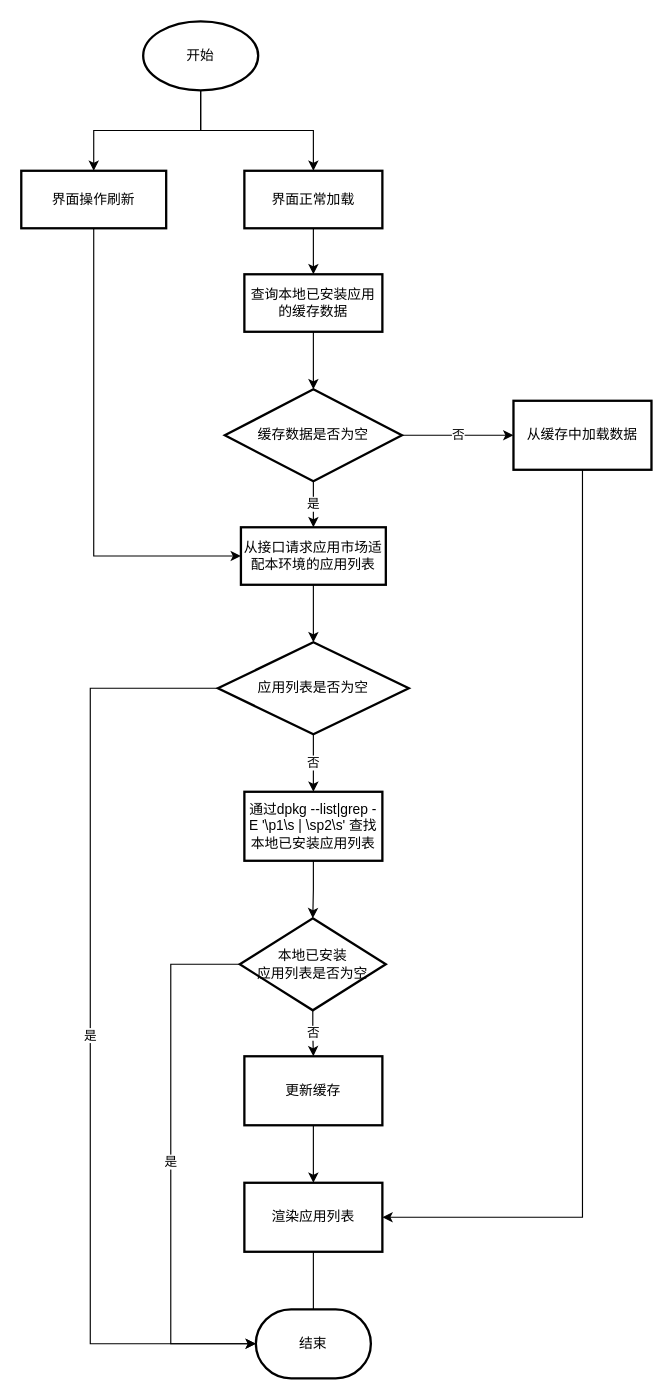
fzon0902/DRAWIO-PICS keeps this draw.io diagram as 应用市场/软件卸载界面数据加载流程.drawio. Above is the earlier version. Source tidied: cells renumbered, new cells numbered last; positions are measured from the earlier drawing's top-left corner, leaving out a move shared by most shapes. Both pictures are drawn from the tidied source at 115%, with x=0, y=0 at pixel (21, 21).
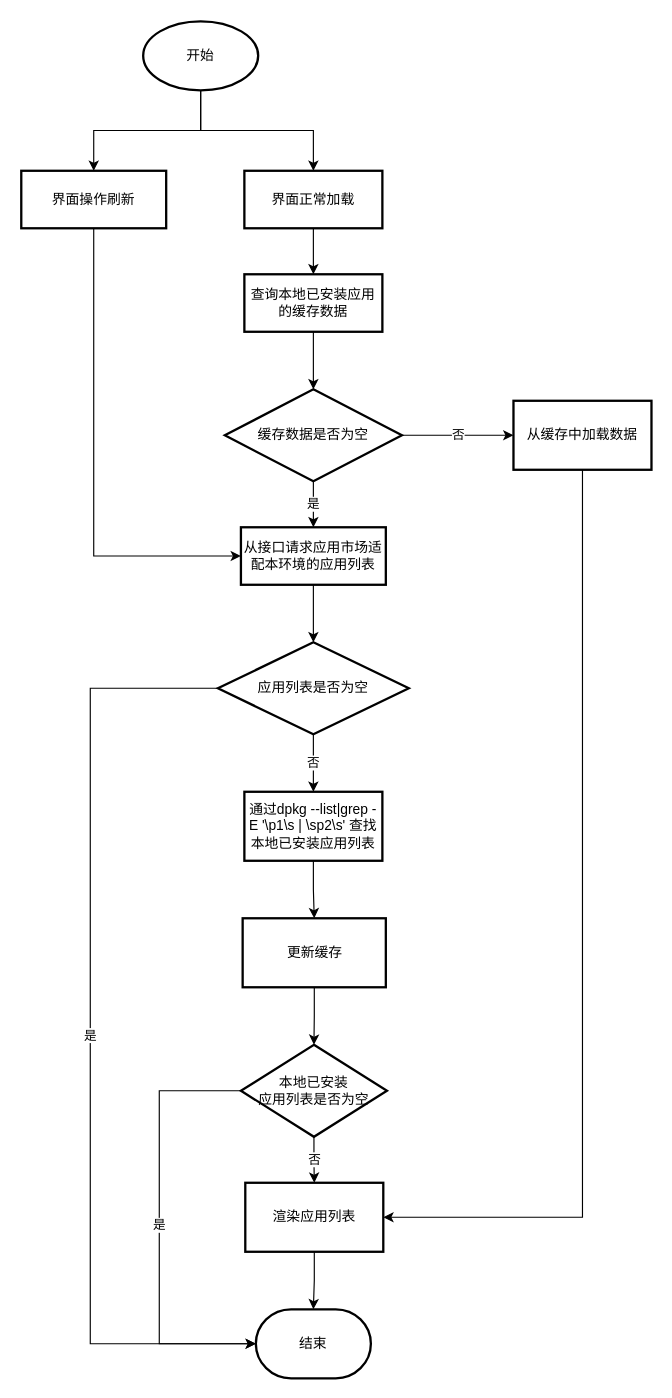
After the change.

Commit message:
更新软件卸载界面数据加载流程.drawio

Unchanged cells that the change refers to:
```xml
<mxCell id="16" value="通过dpkg --list|grep -E '\p1\s | \sp2\s' 查找本地已安装应用列表" style="whiteSpace=wrap;html=1;strokeWidth=2;" parent="1" vertex="1">
  <mxGeometry x="194" y="670" width="120" height="60" as="geometry" />
</mxCell>
<mxCell id="26" value="结束" style="strokeWidth=2;html=1;shape=mxgraph.flowchart.terminator;whiteSpace=wrap;" parent="1" vertex="1">
  <mxGeometry x="204" y="1120" width="100" height="60" as="geometry" />
</mxCell>
```

The edit, as a diff of the source:
```diff
@@
-    <mxCell id="15" style="edgeStyle=orthogonalEdgeStyle;rounded=0;jettySize=auto;html=1;" parent="1" edge="1" source="16" target="19">
-      <mxGeometry relative="1" as="geometry" />
-    </mxCell>
+    <mxCell id="31" style="edgeStyle=orthogonalEdgeStyle;rounded=0;jettySize=auto;html=1;entryX=0.5;entryY=0;entryDx=0;entryDy=0;" parent="1" edge="1" source="16" target="21">
+      <mxGeometry relative="1" as="geometry" />
+    </mxCell>
@@
-    <mxCell id="17" value="否" style="edgeStyle=orthogonalEdgeStyle;rounded=0;jettySize=auto;html=1;" parent="1" edge="1" source="19" target="21">
+    <mxCell id="17" value="否" style="edgeStyle=orthogonalEdgeStyle;rounded=0;jettySize=auto;html=1;entryX=0.5;entryY=0;entryDx=0;entryDy=0;" parent="1" edge="1" source="19" target="23">
       <mxGeometry relative="1" as="geometry" />
     </mxCell>
     <mxCell id="18" value="是" style="edgeStyle=orthogonalEdgeStyle;rounded=0;jettySize=auto;html=1;entryX=0;entryY=0.5;entryDx=0;entryDy=0;entryPerimeter=0;" parent="1" edge="1" source="19" target="26">
       <mxGeometry relative="1" as="geometry">
         <Array as="points">
-          <mxPoint x="130" y="820" />
-          <mxPoint x="130" y="1150" />
+          <mxPoint x="120" y="930" />
+          <mxPoint x="120" y="1150" />
         </Array>
       </mxGeometry>
     </mxCell>
     <mxCell id="19" value="本地已安装&lt;br&gt;应用列表是否为空" style="rhombus;whiteSpace=wrap;html=1;strokeWidth=2;" parent="1" vertex="1">
-      <mxGeometry x="190" y="780" width="127" height="80" as="geometry" />
+      <mxGeometry x="191" y="890" width="127" height="80" as="geometry" />
     </mxCell>
-    <mxCell id="20" style="edgeStyle=orthogonalEdgeStyle;rounded=0;jettySize=auto;html=1;" parent="1" edge="1" source="21" target="23">
-      <mxGeometry relative="1" as="geometry" />
-    </mxCell>
+    <mxCell id="32" style="edgeStyle=orthogonalEdgeStyle;rounded=0;jettySize=auto;html=1;entryX=0.5;entryY=0;entryDx=0;entryDy=0;" parent="1" edge="1" source="21" target="19">
+      <mxGeometry relative="1" as="geometry" />
+    </mxCell>
     <mxCell id="21" value="更新缓存" style="whiteSpace=wrap;html=1;strokeWidth=2;" parent="1" vertex="1">
-      <mxGeometry x="194" y="900" width="120" height="60" as="geometry" />
+      <mxGeometry x="192.5" y="780" width="124.5" height="60" as="geometry" />
     </mxCell>
-    <mxCell id="22" style="edgeStyle=orthogonalEdgeStyle;rounded=0;jettySize=auto;html=1;entryX=0.5;entryY=0.167;entryDx=0;entryDy=0;entryPerimeter=0;" parent="1" edge="1" source="23" target="26">
+    <mxCell id="22" style="edgeStyle=orthogonalEdgeStyle;rounded=0;jettySize=auto;html=1;entryX=0.5;entryY=0;entryDx=0;entryDy=0;entryPerimeter=0;" parent="1" edge="1" source="23" target="26">
       <mxGeometry relative="1" as="geometry" />
     </mxCell>
     <mxCell id="23" value="渲染应用列表" style="whiteSpace=wrap;html=1;strokeWidth=2;" parent="1" vertex="1">
-      <mxGeometry x="194" y="1010" width="120" height="60" as="geometry" />
+      <mxGeometry x="194.8" y="1010" width="120" height="60" as="geometry" />
     </mxCell>
```
